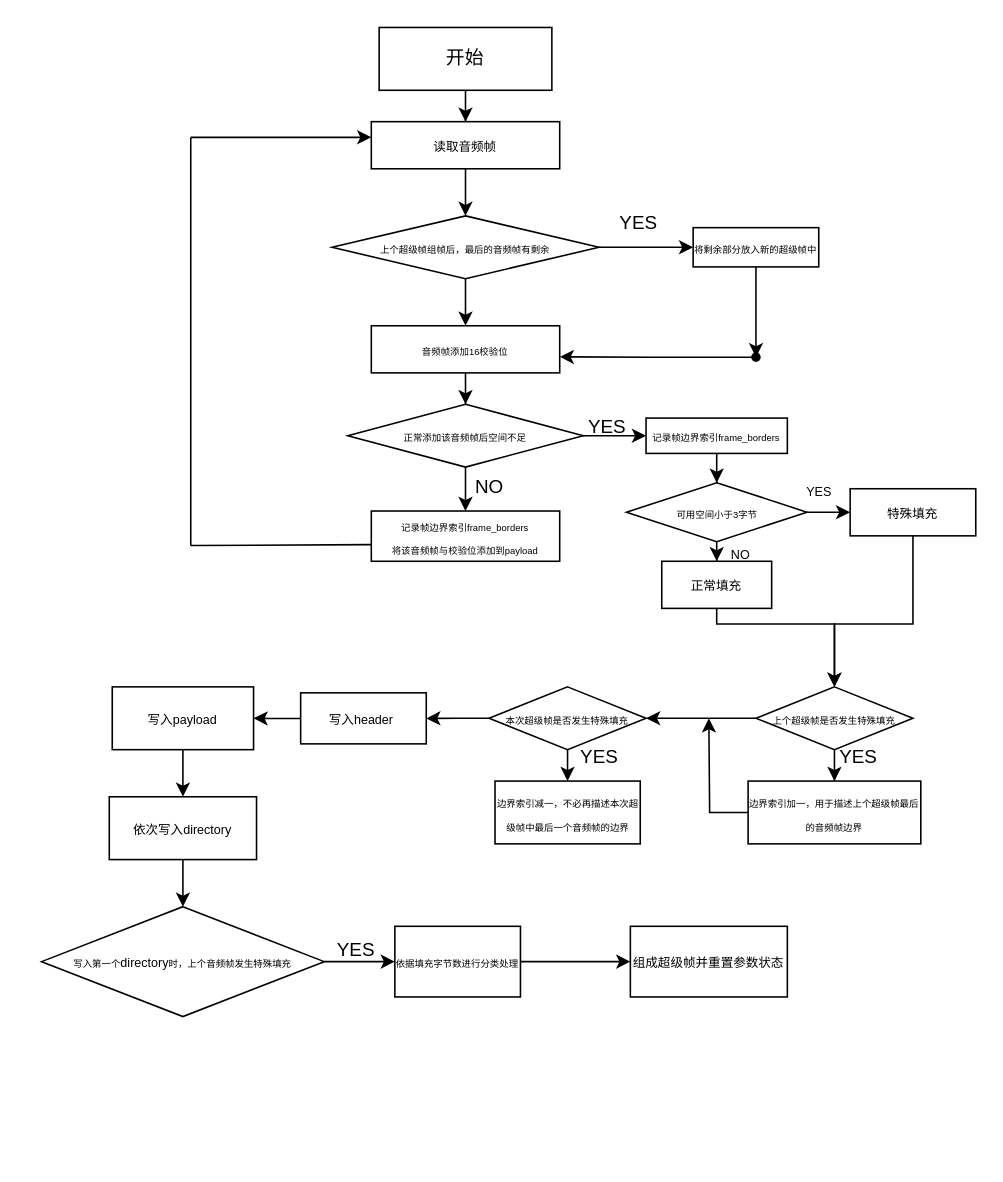
Earlier version of the draw.io diagram super_frame_encode.drawio (xdzqyyds/draw.io). Source tidied: cells renumbered, new cells numbered last; positions are measured from the earlier drawing's top-left corner, leaving out a move shared by most shapes. Both pictures are drawn from the tidied source at 157%, with x=0, y=0 at pixel (41, 27).
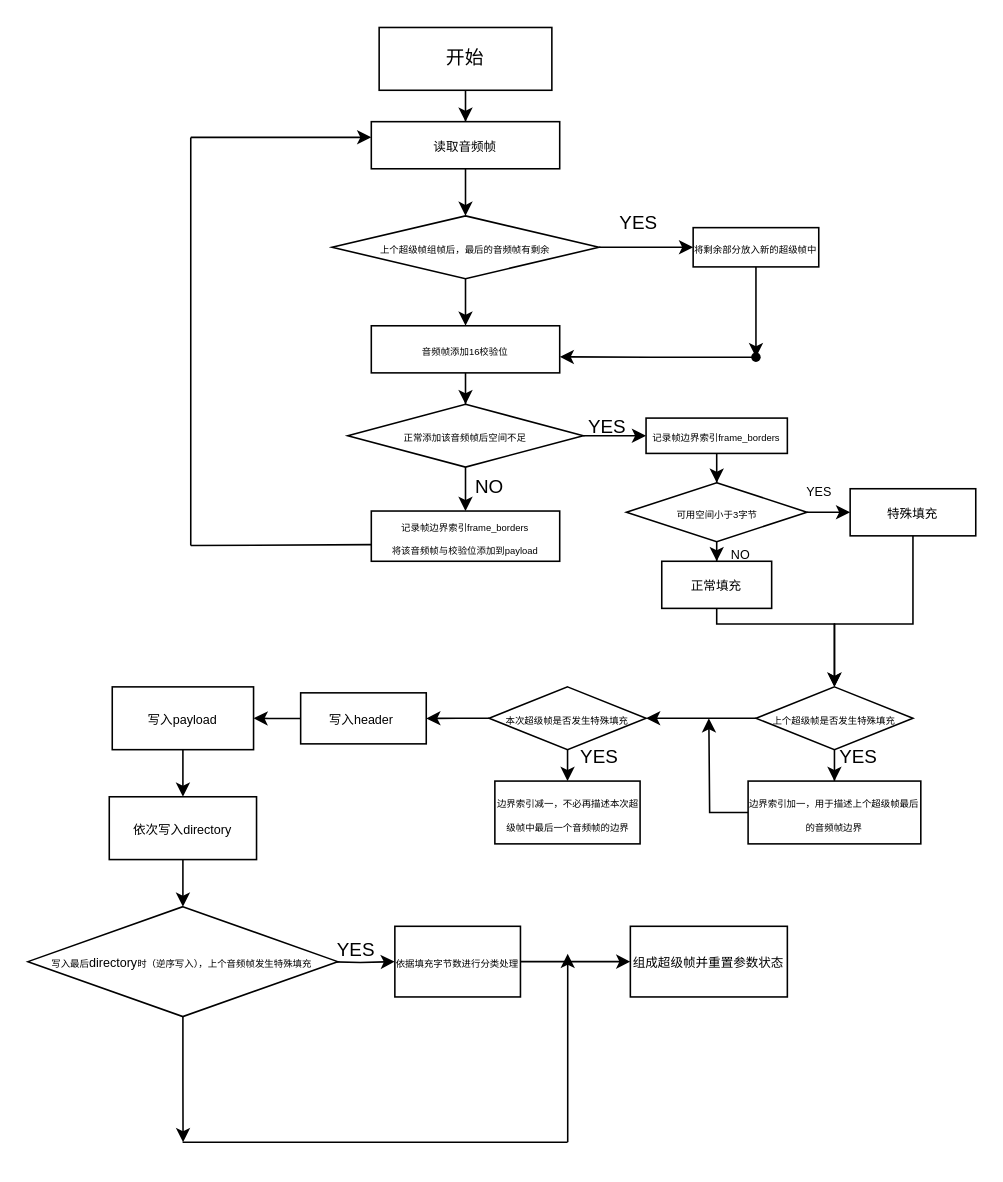
The same page after the edit.

The change refers to these unchanged cells:
```xml
<mxCell id="51" value="&lt;font style=&quot;font-size: 8px;&quot;&gt;依次写入directory&lt;/font&gt;" style="whiteSpace=wrap;html=1;rounded=0;" parent="1" vertex="1">
  <mxGeometry x="43.1" y="490" width="93.8" height="40" as="geometry" />
</mxCell>
<mxCell id="55" value="&lt;font style=&quot;font-size: 6px;&quot;&gt;依据填充字节数进行分类处理&lt;/font&gt;" style="whiteSpace=wrap;html=1;rounded=0;" parent="1" vertex="1">
  <mxGeometry x="225" y="572.5" width="80" height="45" as="geometry" />
</mxCell>
```

Change to the diagram source:
```diff
@@
     <mxCell id="40" value="&lt;font style=&quot;font-size: 6px;&quot;&gt;边界索引减一，不必再描述本次超级帧中最后一个音频帧的边界&lt;/font&gt;" style="whiteSpace=wrap;html=1;rounded=0;" parent="1" vertex="1">
-      <mxGeometry x="288.8" y="480" width="92.5" height="40" as="geometry" />
+      <mxGeometry x="288.7" y="480" width="92.5" height="40" as="geometry" />
     </mxCell>
@@
-    <mxCell id="50" style="edgeStyle=orthogonalEdgeStyle;rounded=0;jettySize=auto;html=1;" parent="1" edge="1" source="51" target="53">
-      <mxGeometry relative="1" as="geometry" />
+    <mxCell id="50" style="edgeStyle=orthogonalEdgeStyle;rounded=0;jettySize=auto;html=1;" parent="1" edge="1" source="51">
+      <mxGeometry relative="1" as="geometry">
+        <mxPoint x="90" y="560" as="targetPoint" />
+      </mxGeometry>
     </mxCell>
@@
-    <mxCell id="52" style="edgeStyle=orthogonalEdgeStyle;rounded=0;jettySize=auto;html=1;" parent="1" edge="1" source="53" target="55">
-      <mxGeometry relative="1" as="geometry" />
+    <mxCell id="52" style="edgeStyle=orthogonalEdgeStyle;rounded=0;jettySize=auto;html=1;" parent="1" edge="1" target="55">
+      <mxGeometry relative="1" as="geometry">
+        <mxPoint x="180" y="595" as="sourcePoint" />
+      </mxGeometry>
     </mxCell>
+    <mxCell id="60" style="edgeStyle=orthogonalEdgeStyle;rounded=0;jettySize=auto;html=1;" parent="1" edge="1" source="53">
+      <mxGeometry relative="1" as="geometry">
+        <mxPoint x="90.1" y="710" as="targetPoint" />
+      </mxGeometry>
+    </mxCell>
-    <mxCell id="53" value="&lt;font style=&quot;font-size: 6px;&quot;&gt;写入第一个&lt;span style=&quot;font-size: 8px;&quot;&gt;directory&lt;/span&gt;时，上个音频帧发生特殊填充&lt;/font&gt;" style="rhombus;whiteSpace=wrap;html=1;rounded=0;" parent="1" vertex="1">
-      <mxGeometry y="560" width="180" height="70" as="geometry" />
+    <mxCell id="53" value="&lt;font style=&quot;font-size: 6px;&quot;&gt;写入最后&lt;span style=&quot;font-size: 8px;&quot;&gt;directory&lt;/span&gt;时（逆序写入），上个音频帧发生特殊填充&lt;/font&gt;" style="rhombus;whiteSpace=wrap;html=1;rounded=0;" parent="1" vertex="1">
+      <mxGeometry x="-8.7" y="560" width="197.3" height="70" as="geometry" />
     </mxCell>
@@
+    <mxCell id="61" style="endArrow=none;html=1;rounded=0;" parent="1" edge="1">
+      <mxGeometry relative="1" as="geometry">
+        <mxPoint x="89.8" y="710" as="sourcePoint" />
+        <mxPoint x="335" y="710" as="targetPoint" />
+      </mxGeometry>
+    </mxCell>
+    <mxCell id="62" style="endArrow=classic;html=1;rounded=0;" parent="1" edge="1">
+      <mxGeometry relative="1" as="geometry">
+        <mxPoint x="335.1" y="710" as="sourcePoint" />
+        <mxPoint x="335.1" y="590" as="targetPoint" />
+      </mxGeometry>
+    </mxCell>
```
